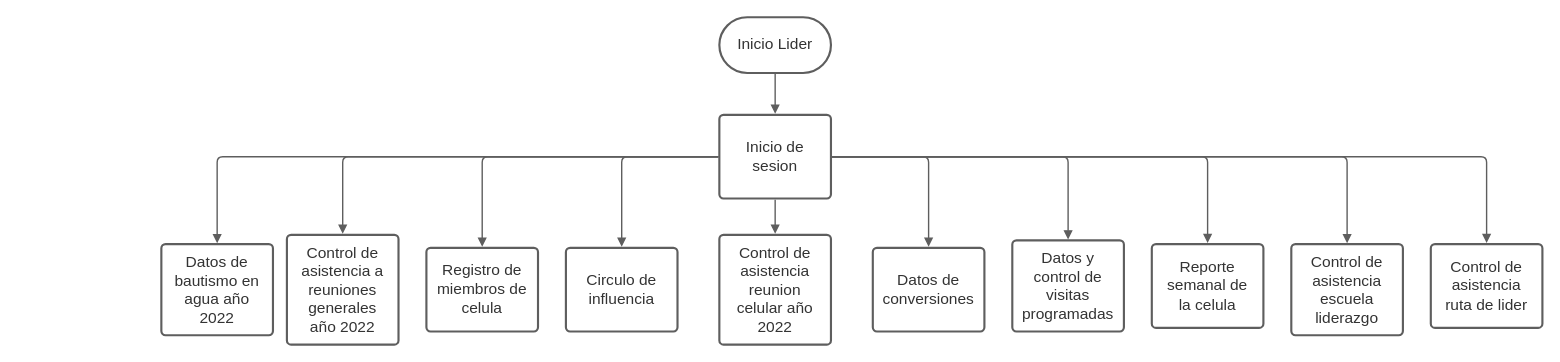
Earlier version of the draw.io diagram page "diagrama-de-flujo" (2 of 2) of Diagrama 1.drawio (KJCarvajal/la-cosecha). Source tidied: cells renumbered, new cells numbered last; positions are measured from the earlier drawing's top-left corner, leaving out a move shared by most shapes. Both pictures are drawn from the tidied source at 93%, with x=0, y=0 at pixel (161, 17).
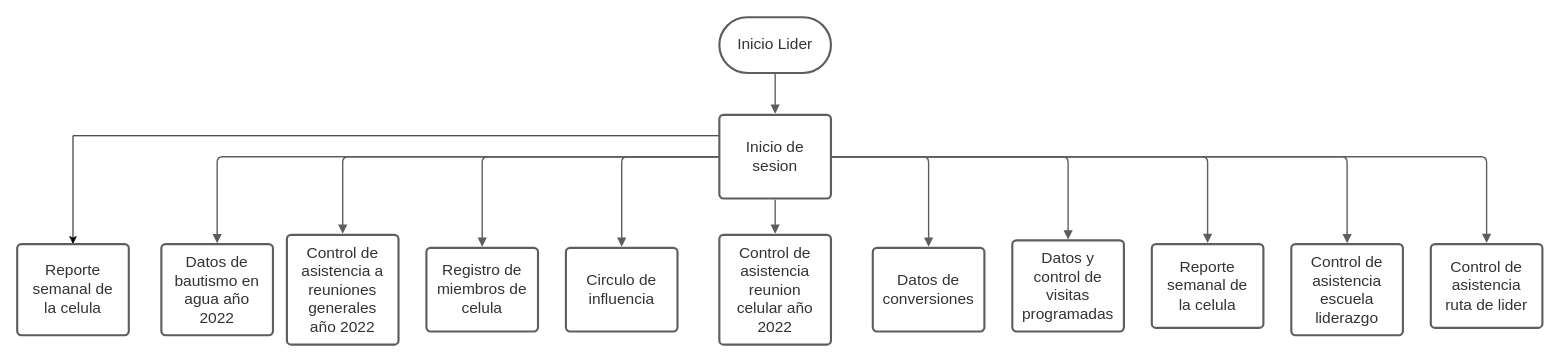
The same diagram, later.

Unchanged cells that the change refers to:
```xml
<mxCell id="3" value="Inicio de sesion" style="html=1;overflow=block;blockSpacing=1;whiteSpace=wrap;fontSize=16.7;fontColor=#333333;align=center;spacing=9;strokeColor=#5e5e5e;strokeOpacity=100;rounded=1;absoluteArcSize=1;arcSize=9;strokeWidth=2.3;" parent="1" vertex="1">
  <mxGeometry x="600" y="105" width="120" height="90" as="geometry" />
</mxCell>
```

The edit, as a diff of the source:
```diff
@@
+    <mxCell id="25" style="edgeStyle=orthogonalEdgeStyle;rounded=0;jettySize=auto;html=1;exitX=0;exitY=0.25;exitDx=0;exitDy=0;entryX=0.5;entryY=0;entryDx=0;entryDy=0;" parent="1" edge="1" source="3" target="26">
+      <mxGeometry relative="1" as="geometry" />
+    </mxCell>
@@
+    <mxCell id="26" value="Reporte semanal de la celula" style="html=1;overflow=block;blockSpacing=1;whiteSpace=wrap;fontSize=16.7;fontColor=#333333;align=center;spacing=9;strokeColor=#5e5e5e;strokeOpacity=100;rounded=1;absoluteArcSize=1;arcSize=9;strokeWidth=2.3;" parent="1" vertex="1">
+      <mxGeometry x="-155" y="244" width="120" height="98" as="geometry" />
+    </mxCell>
```
